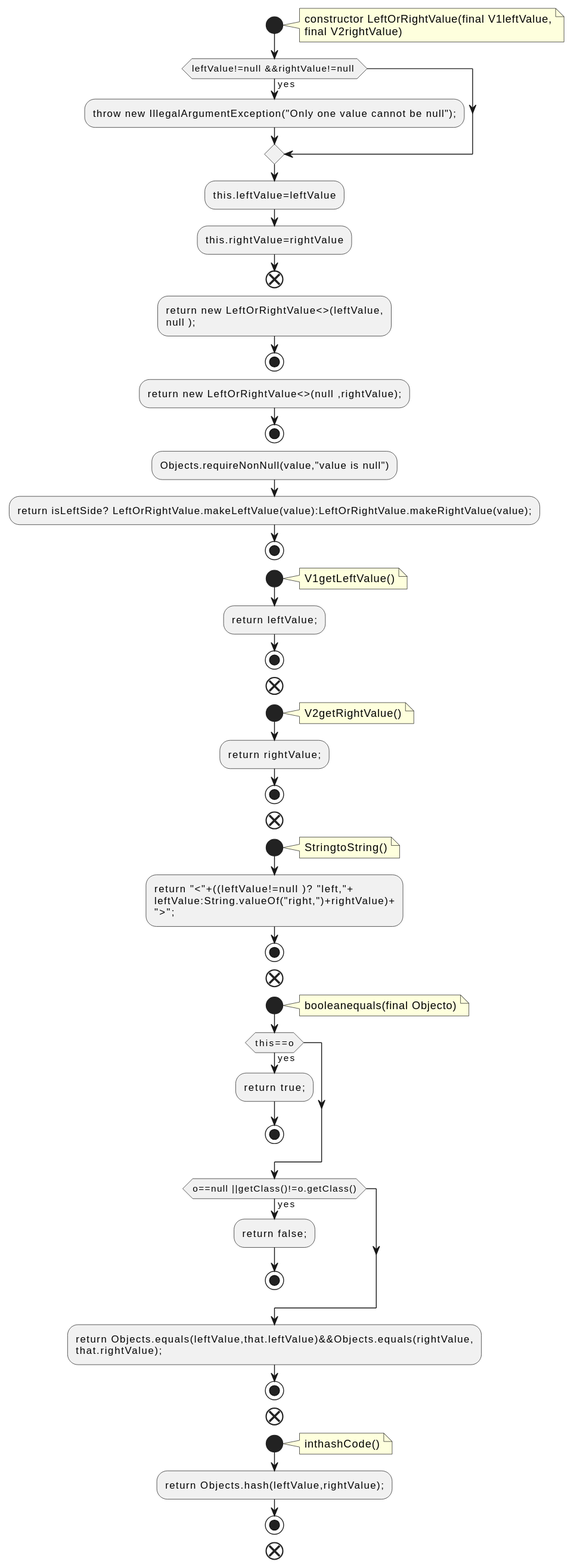
Above: docs/qc/streams/src/main/java/org/apache/kafka/streams/state/internals/LeftOrRightValue.java.fct.svg in qualitesys/kafka (PlantUML), before the change. The source it was exported from:
```plantuml
@startuml
!pragma layout smetana
start
note right
constructor LeftOrRightValue(final V1leftValue,
final V2rightValue)
end note
if (leftValue!=null &&rightValue!=null ) then (yes)
:throw new IllegalArgumentException("Only one value cannot be null");;
endif
:this.leftValue=leftValue;
:this.rightValue=rightValue;
end
:return new LeftOrRightValue<>(leftValue,
null );;
stop
:return new LeftOrRightValue<>(null ,rightValue);;
stop
:Objects.requireNonNull(value,"value is null");
:return isLeftSide? LeftOrRightValue.makeLeftValue(value):LeftOrRightValue.makeRightValue(value);;
stop
start
note right
V1getLeftValue()
end note
:return leftValue;;
stop
end
start
note right
V2getRightValue()
end note
:return rightValue;;
stop
end
start
note right
StringtoString()
end note
:return "<"+((leftValue!=null )? "left,"+
leftValue:String.valueOf("right,")+rightValue)+
">";;
stop
end
start
note right
booleanequals(final Objecto)
end note
if (this==o) then (yes)
:return true;;
stop
endif
if (o==null ||getClass()!=o.getClass()) then (yes)
:return false;;
stop
endif
:return Objects.equals(leftValue,that.leftValue)&&Objects.equals(rightValue,
that.rightValue);;
stop
end
start
note right
inthashCode()
end note
:return Objects.hash(leftValue,rightValue);;
stop
end
@enduml
```
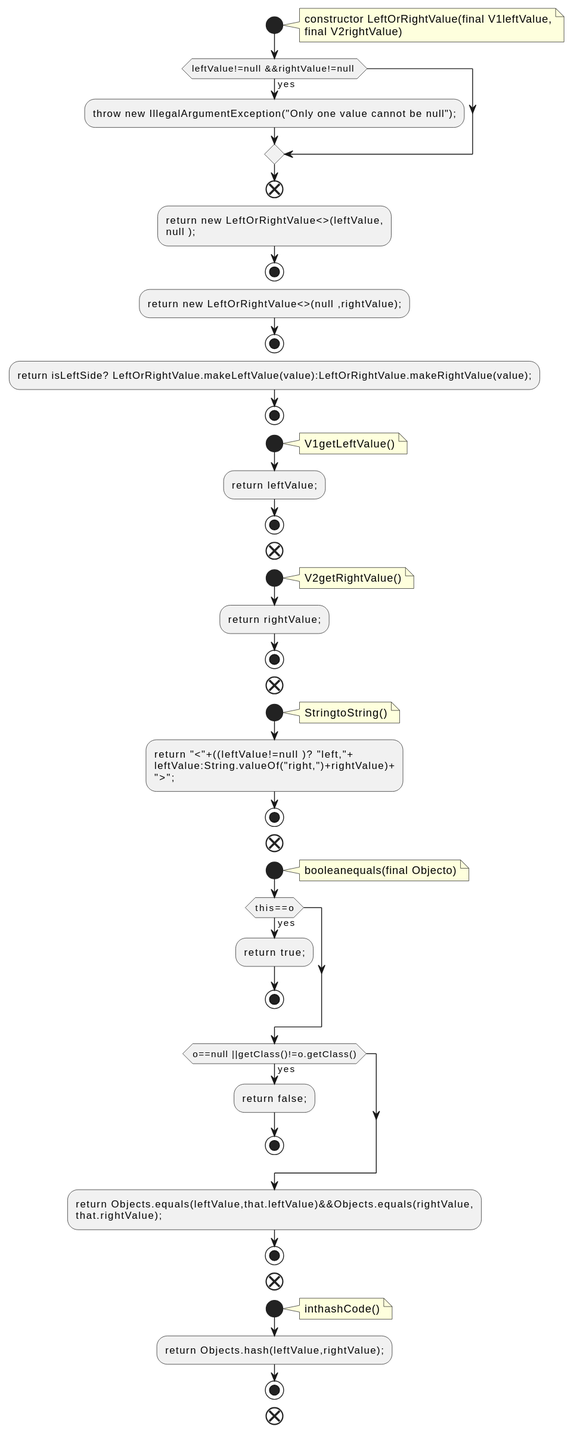
Above is the later version.

What changed in the source:
```diff
@@ -8,15 +8,12 @@
 if (leftValue!=null &&rightValue!=null ) then (yes)
 :throw new IllegalArgumentException("Only one value cannot be null");;
 endif
-:this.leftValue=leftValue;
-:this.rightValue=rightValue;
 end
 :return new LeftOrRightValue<>(leftValue,
 null );;
 stop
 :return new LeftOrRightValue<>(null ,rightValue);;
 stop
-:Objects.requireNonNull(value,"value is null");
 :return isLeftSide? LeftOrRightValue.makeLeftValue(value):LeftOrRightValue.makeRightValue(value);;
 stop
 start
```
